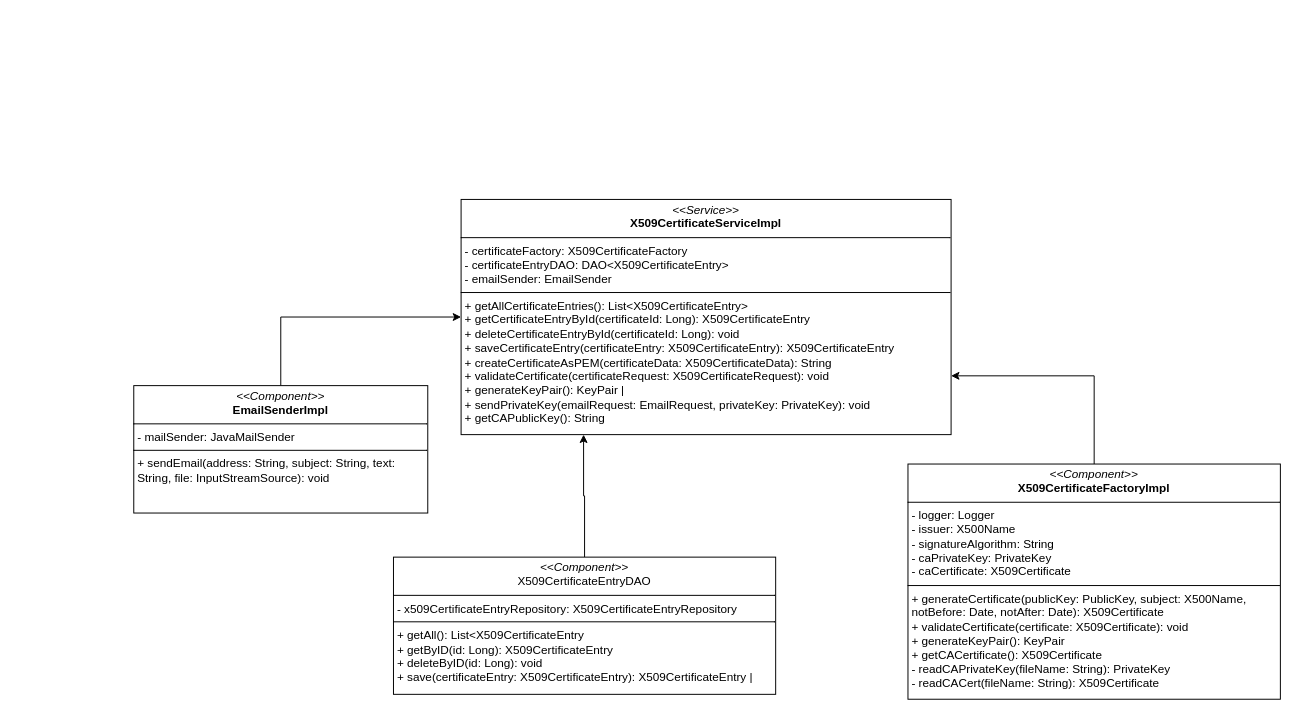
jamestesting0/certification-authority-backend keeps this draw.io diagram as assets/diagrams/certificate_service_uml.drawio. Above is the earlier version. Source tidied: cells renumbered, new cells numbered last; positions are measured from the earlier drawing's top-left corner, leaving out a move shared by most shapes. Both pictures are drawn from the tidied source at 98%, with x=0, y=0 at pixel (133, 199).
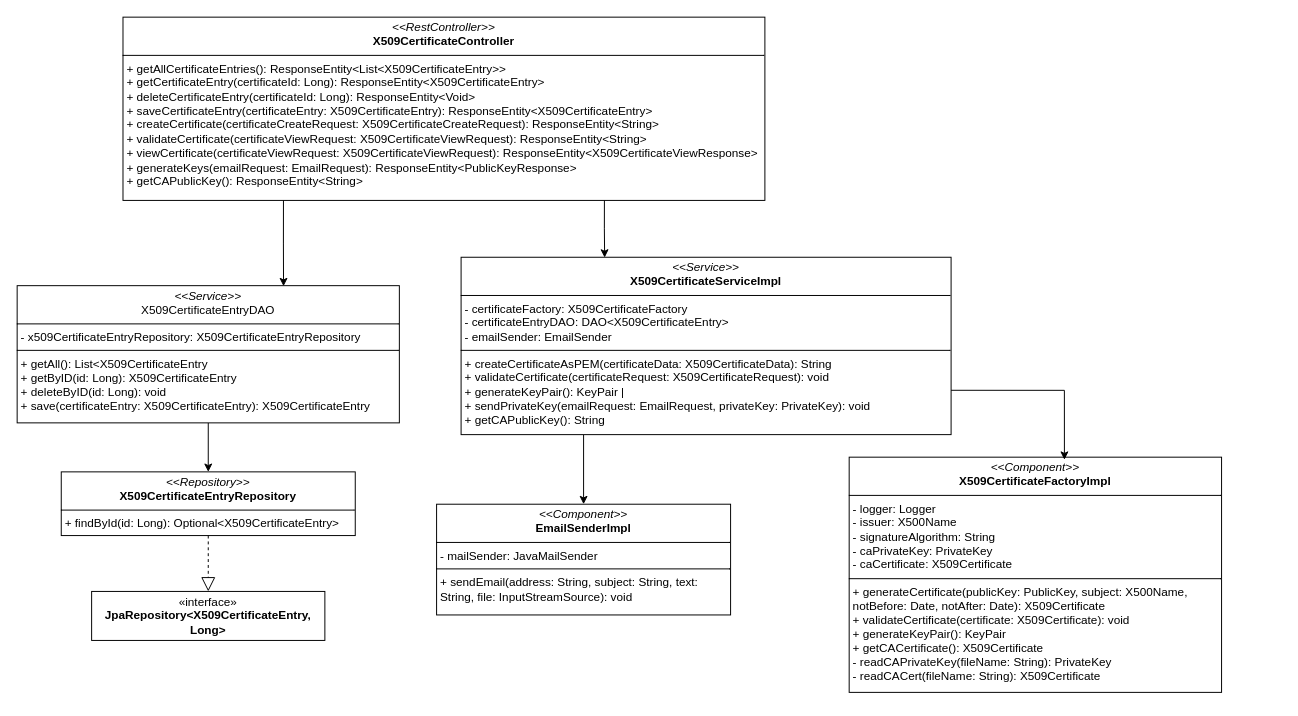
The same diagram, later.

Commit message (it also covers changes not shown here):
make X509CertificateEntryDAO as an independent service instead of a component of X509CertificateService

What changed in the source:
```diff
@@
 <mxGraphModel>
   <root>
     <mxCell id="0" />
     <mxCell id="1" parent="0" />
+    <mxCell id="9" style="edgeStyle=orthogonalEdgeStyle;rounded=0;jettySize=auto;html=1;exitX=0.25;exitY=1;exitDx=0;exitDy=0;entryX=0.5;entryY=0;entryDx=0;entryDy=0;" parent="1" edge="1" source="2" target="6">
+      <mxGeometry relative="1" as="geometry" />
+    </mxCell>
-    <mxCell id="2" value="&lt;p style=&quot;margin:0px;margin-top:4px;text-align:center;&quot;&gt;&lt;i&gt;&amp;lt;&amp;lt;Service&amp;gt;&amp;gt;&lt;/i&gt;&lt;br&gt;&lt;b&gt;X509CertificateServiceImpl&lt;/b&gt;&lt;/p&gt;&lt;hr size=&quot;1&quot; style=&quot;border-style:solid;&quot;&gt;&lt;p style=&quot;margin:0px;margin-left:4px;&quot;&gt;- certificateFactory: X509CertificateFactory&lt;br&gt;- certificateEntryDAO: DAO&amp;lt;X509CertificateEntry&amp;gt;&lt;br&gt;&lt;/p&gt;&lt;p style=&quot;margin:0px;margin-left:4px;&quot;&gt;- emailSender: EmailSender&amp;nbsp;&lt;br&gt;&lt;/p&gt;&lt;hr size=&quot;1&quot; style=&quot;border-style:solid;&quot;&gt;&lt;p style=&quot;margin:0px;margin-left:4px;&quot;&gt;+ getAllCertificateEntries(): List&amp;lt;X509CertificateEntry&amp;gt;&lt;br&gt;+ getCertificateEntryById(certificateId: Long): X509CertificateEntry&lt;br&gt;+ deleteCertificateEntryById(certificateId: Long): void&lt;br&gt;+ saveCertificateEntry(certificateEntry: X509CertificateEntry): X509CertificateEntry&lt;br&gt;+ createCertificateAsPEM(certificateData: X509CertificateData): String&lt;br&gt;+ validateCertificate(certificateRequest: X509CertificateRequest): void&lt;br&gt;+ generateKeyPair(): KeyPair |&lt;br&gt;+ sendPrivateKey(emailRequest: EmailRequest, privateKey: PrivateKey): void&lt;br&gt;+ getCAPublicKey(): String&lt;br&gt;&lt;/p&gt;" style="verticalAlign=top;align=left;overflow=fill;html=1;whiteSpace=wrap;" parent="1" vertex="1">
-      <mxGeometry x="334" width="500" height="240" as="geometry" />
+    <mxCell id="2" value="&lt;p style=&quot;margin:0px;margin-top:4px;text-align:center;&quot;&gt;&lt;i&gt;&amp;lt;&amp;lt;Service&amp;gt;&amp;gt;&lt;/i&gt;&lt;br&gt;&lt;b&gt;X509CertificateServiceImpl&lt;/b&gt;&lt;/p&gt;&lt;hr size=&quot;1&quot; style=&quot;border-style:solid;&quot;&gt;&lt;p style=&quot;margin:0px;margin-left:4px;&quot;&gt;- certificateFactory: X509CertificateFactory&lt;br&gt;- certificateEntryDAO: DAO&amp;lt;X509CertificateEntry&amp;gt;&lt;br&gt;&lt;/p&gt;&lt;p style=&quot;margin:0px;margin-left:4px;&quot;&gt;- emailSender: EmailSender&amp;nbsp;&lt;br&gt;&lt;/p&gt;&lt;hr size=&quot;1&quot; style=&quot;border-style:solid;&quot;&gt;&lt;p style=&quot;margin:0px;margin-left:4px;&quot;&gt;+ createCertificateAsPEM(certificateData: X509CertificateData): String&lt;br&gt;+ validateCertificate(certificateRequest: X509CertificateRequest): void&lt;br&gt;+ generateKeyPair(): KeyPair |&lt;br&gt;+ sendPrivateKey(emailRequest: EmailRequest, privateKey: PrivateKey): void&lt;br&gt;+ getCAPublicKey(): String&lt;br&gt;&lt;/p&gt;" style="verticalAlign=top;align=left;overflow=fill;html=1;whiteSpace=wrap;" parent="1" vertex="1">
+      <mxGeometry x="334" y="59" width="500" height="181" as="geometry" />
     </mxCell>
-    <mxCell id="3" style="edgeStyle=orthogonalEdgeStyle;rounded=0;jettySize=auto;html=1;exitX=0.5;exitY=0;exitDx=0;exitDy=0;entryX=1;entryY=0.75;entryDx=0;entryDy=0;" parent="1" edge="1" source="4" target="2">
-      <mxGeometry relative="1" as="geometry" />
-    </mxCell>
     <mxCell id="4" value="&lt;p style=&quot;margin:0px;margin-top:4px;text-align:center;&quot;&gt;&lt;i&gt;&amp;lt;&amp;lt;Component&amp;gt;&amp;gt;&lt;/i&gt;&lt;br&gt;&lt;b&gt;X509CertificateFactoryImpl&lt;/b&gt;&lt;/p&gt;&lt;hr size=&quot;1&quot; style=&quot;border-style:solid;&quot;&gt;&lt;p style=&quot;margin:0px;margin-left:4px;&quot;&gt;- logger: Logger&lt;/p&gt;&lt;p style=&quot;margin:0px;margin-left:4px;&quot;&gt;- issuer: X500Name&lt;/p&gt;&lt;p style=&quot;margin:0px;margin-left:4px;&quot;&gt;- signatureAlgorithm: String&lt;/p&gt;&lt;p style=&quot;margin:0px;margin-left:4px;&quot;&gt;- caPrivateKey: PrivateKey&lt;/p&gt;&lt;p style=&quot;margin:0px;margin-left:4px;&quot;&gt;- caCertificate: X509Certificate&lt;br&gt;&lt;/p&gt;&lt;hr size=&quot;1&quot; style=&quot;border-style:solid;&quot;&gt;&lt;p style=&quot;margin:0px;margin-left:4px;&quot;&gt;+ generateCertificate(publicKey: PublicKey, subject: X500Name, notBefore: Date, notAfter: Date): X509Certificate&lt;br&gt;+ validateCertificate(certificate: X509Certificate): void&lt;br&gt;+ generateKeyPair(): KeyPair&lt;br&gt;+ getCACertificate(): X509Certificate&lt;br&gt;- readCAPrivateKey(fileName: String): PrivateKey&lt;br&gt;- readCACert(fileName: String): X509Certificate&amp;nbsp;&lt;br&gt;&lt;/p&gt;" style="verticalAlign=top;align=left;overflow=fill;html=1;whiteSpace=wrap;" parent="1" vertex="1">
-      <mxGeometry x="790" y="270" width="380" height="240" as="geometry" />
+      <mxGeometry x="730" y="263" width="380" height="240" as="geometry" />
     </mxCell>
-    <mxCell id="5" style="edgeStyle=orthogonalEdgeStyle;rounded=0;jettySize=auto;html=1;exitX=0.5;exitY=0;exitDx=0;exitDy=0;entryX=0;entryY=0.5;entryDx=0;entryDy=0;" parent="1" edge="1" source="6" target="2">
-      <mxGeometry relative="1" as="geometry" />
-    </mxCell>
     <mxCell id="6" value="&lt;p style=&quot;margin:0px;margin-top:4px;text-align:center;&quot;&gt;&lt;i&gt;&amp;lt;&amp;lt;Component&amp;gt;&amp;gt;&lt;/i&gt;&lt;br&gt;&lt;b&gt;EmailSenderImpl&lt;/b&gt;&lt;/p&gt;&lt;hr size=&quot;1&quot; style=&quot;border-style:solid;&quot;&gt;&lt;p style=&quot;margin:0px;margin-left:4px;&quot;&gt;- mailSender: JavaMailSender&amp;nbsp;&amp;nbsp;&lt;/p&gt;&lt;hr size=&quot;1&quot; style=&quot;border-style:solid;&quot;&gt;&lt;p style=&quot;margin:0px;margin-left:4px;&quot;&gt;+ sendEmail(address: String, subject: String, text: String, file: InputStreamSource): void&lt;br&gt;&lt;/p&gt;" style="verticalAlign=top;align=left;overflow=fill;html=1;whiteSpace=wrap;" parent="1" vertex="1">
-      <mxGeometry y="190" width="300" height="130" as="geometry" />
+      <mxGeometry x="309" y="311" width="300" height="113" as="geometry" />
     </mxCell>
-    <mxCell id="7" style="edgeStyle=orthogonalEdgeStyle;rounded=0;jettySize=auto;html=1;exitX=0.5;exitY=0;exitDx=0;exitDy=0;entryX=0.25;entryY=1;entryDx=0;entryDy=0;" parent="1" edge="1" source="8" target="2">
-      <mxGeometry relative="1" as="geometry" />
-    </mxCell>
+    <mxCell id="10" style="edgeStyle=orthogonalEdgeStyle;rounded=0;jettySize=auto;html=1;exitX=0.5;exitY=1;exitDx=0;exitDy=0;entryX=0.5;entryY=0;entryDx=0;entryDy=0;" parent="1" edge="1" source="8" target="12">
+      <mxGeometry relative="1" as="geometry" />
+    </mxCell>
-    <mxCell id="8" value="&lt;p style=&quot;margin:0px;margin-top:4px;text-align:center;&quot;&gt;&lt;i&gt;&amp;lt;&amp;lt;Component&amp;gt;&amp;gt;&lt;/i&gt;&lt;br&gt;X509CertificateEntryDAO&lt;br&gt;&lt;/p&gt;&lt;hr size=&quot;1&quot; style=&quot;border-style:solid;&quot;&gt;&lt;p style=&quot;margin:0px;margin-left:4px;&quot;&gt;- x509CertificateEntryRepository: X509CertificateEntryRepository&lt;br&gt;&lt;/p&gt;&lt;hr size=&quot;1&quot; style=&quot;border-style:solid;&quot;&gt;&lt;p style=&quot;margin:0px;margin-left:4px;&quot;&gt;+ getAll(): List&amp;lt;X509CertificateEntry&lt;/p&gt;&lt;p style=&quot;margin:0px;margin-left:4px;&quot;&gt;+ getByID(id: Long): X509CertificateEntry&lt;/p&gt;&lt;p style=&quot;margin:0px;margin-left:4px;&quot;&gt;+ deleteByID(id: Long): void&lt;/p&gt;&lt;p style=&quot;margin:0px;margin-left:4px;&quot;&gt;+ save(certificateEntry: X509CertificateEntry): X509CertificateEntry |&lt;br&gt;&lt;/p&gt;" style="verticalAlign=top;align=left;overflow=fill;html=1;whiteSpace=wrap;" parent="1" vertex="1">
-      <mxGeometry x="265" y="365" width="390" height="140" as="geometry" />
+    <mxCell id="8" value="&lt;p style=&quot;margin:0px;margin-top:4px;text-align:center;&quot;&gt;&lt;i&gt;&amp;lt;&amp;lt;Service&amp;gt;&amp;gt;&lt;/i&gt;&lt;br&gt;X509CertificateEntryDAO&lt;br&gt;&lt;/p&gt;&lt;hr size=&quot;1&quot; style=&quot;border-style:solid;&quot;&gt;&lt;p style=&quot;margin:0px;margin-left:4px;&quot;&gt;- x509CertificateEntryRepository: X509CertificateEntryRepository&lt;br&gt;&lt;/p&gt;&lt;hr size=&quot;1&quot; style=&quot;border-style:solid;&quot;&gt;&lt;p style=&quot;margin:0px;margin-left:4px;&quot;&gt;+ getAll(): List&amp;lt;X509CertificateEntry&lt;/p&gt;&lt;p style=&quot;margin:0px;margin-left:4px;&quot;&gt;+ getByID(id: Long): X509CertificateEntry&lt;/p&gt;&lt;p style=&quot;margin:0px;margin-left:4px;&quot;&gt;+ deleteByID(id: Long): void&lt;/p&gt;&lt;p style=&quot;margin:0px;margin-left:4px;&quot;&gt;+ save(certificateEntry: X509CertificateEntry): X509CertificateEntry&lt;br&gt;&lt;/p&gt;" style="verticalAlign=top;align=left;overflow=fill;html=1;whiteSpace=wrap;" parent="1" vertex="1">
+      <mxGeometry x="-119" y="88" width="390" height="140" as="geometry" />
     </mxCell>
+    <mxCell id="11" style="edgeStyle=orthogonalEdgeStyle;rounded=0;jettySize=auto;html=1;exitX=1;exitY=0.75;exitDx=0;exitDy=0;entryX=0.578;entryY=0.011;entryDx=0;entryDy=0;entryPerimeter=0;" parent="1" edge="1" source="2" target="4">
+      <mxGeometry relative="1" as="geometry" />
+    </mxCell>
+    <mxCell id="12" value="&lt;p style=&quot;margin:0px;margin-top:4px;text-align:center;&quot;&gt;&lt;i&gt;&amp;lt;&amp;lt;Repository&amp;gt;&amp;gt;&lt;/i&gt;&lt;br&gt;&lt;b&gt;X509CertificateEntryRepository&lt;/b&gt;&lt;/p&gt;&lt;hr size=&quot;1&quot; style=&quot;border-style:solid;&quot;&gt;&lt;p style=&quot;margin:0px;margin-left:4px;&quot;&gt;&lt;span class=&quot;hljs-operator&quot;&gt;+&lt;/span&gt; findById(id: Long): Optional&lt;span class=&quot;hljs-operator&quot;&gt;&amp;lt;&lt;/span&gt;X509CertificateEntry&lt;span class=&quot;hljs-operator&quot;&gt;&amp;gt;&lt;/span&gt;&lt;br&gt;&lt;/p&gt;" style="verticalAlign=top;align=left;overflow=fill;html=1;whiteSpace=wrap;" parent="1" vertex="1">
+      <mxGeometry x="-74" y="278" width="300" height="65" as="geometry" />
+    </mxCell>
+    <mxCell id="13" style="endArrow=block;dashed=1;endFill=0;endSize=12;html=1;rounded=0;exitX=0.5;exitY=1;exitDx=0;exitDy=0;entryX=0.5;entryY=0;entryDx=0;entryDy=0;" parent="1" edge="1" source="12" target="14">
+      <mxGeometry relative="1" as="geometry" />
+    </mxCell>
+    <mxCell id="14" value="«interface»&lt;br&gt;&lt;b&gt;JpaRepository&amp;lt;X509CertificateEntry, Long&amp;gt;&lt;/b&gt;" style="html=1;whiteSpace=wrap;" parent="1" vertex="1">
+      <mxGeometry x="-43" y="400" width="238" height="50" as="geometry" />
+    </mxCell>
+    <mxCell id="15" value="&lt;p style=&quot;margin:0px;margin-top:4px;text-align:center;&quot;&gt;&lt;i&gt;&amp;lt;&amp;lt;RestController&amp;gt;&amp;gt;&lt;/i&gt;&lt;br&gt;&lt;b&gt;X509CertificateController&lt;/b&gt;&lt;/p&gt;&lt;hr size=&quot;1&quot; style=&quot;border-style:solid;&quot;&gt;&lt;p style=&quot;margin:0px;margin-left:4px;&quot;&gt;+ getAllCertificateEntries(): ResponseEntity&amp;lt;List&lt;span class=&quot;hljs-tag&quot;&gt;&amp;lt;&lt;span class=&quot;hljs-name&quot;&gt;X509CertificateEntry&lt;/span&gt;&amp;gt;&lt;/span&gt;&amp;gt;&lt;br&gt;+ getCertificateEntry(certificateId: Long): ResponseEntity&lt;span class=&quot;hljs-tag&quot;&gt;&amp;lt;&lt;span class=&quot;hljs-name&quot;&gt;X509CertificateEntry&lt;/span&gt;&amp;gt;&lt;/span&gt;&lt;br&gt;+ deleteCertificateEntry(certificateId: Long): ResponseEntity&lt;span class=&quot;hljs-tag&quot;&gt;&amp;lt;&lt;span class=&quot;hljs-name&quot;&gt;Void&lt;/span&gt;&amp;gt;&lt;/span&gt;&lt;br&gt;+ saveCertificateEntry(certificateEntry: X509CertificateEntry): ResponseEntity&lt;span class=&quot;hljs-tag&quot;&gt;&amp;lt;&lt;span class=&quot;hljs-name&quot;&gt;X509CertificateEntry&lt;/span&gt;&amp;gt;&lt;/span&gt;&lt;br&gt;+ createCertificate(certificateCreateRequest: X509CertificateCreateRequest): ResponseEntity&lt;span class=&quot;hljs-tag&quot;&gt;&amp;lt;&lt;span class=&quot;hljs-name&quot;&gt;String&lt;/span&gt;&amp;gt;&lt;/span&gt;&lt;br&gt;+ validateCertificate(certificateViewRequest: X509CertificateViewRequest): ResponseEntity&lt;span class=&quot;hljs-tag&quot;&gt;&amp;lt;&lt;span class=&quot;hljs-name&quot;&gt;String&lt;/span&gt;&amp;gt;&lt;/span&gt;&lt;br&gt;+ viewCertificate(certificateViewRequest: X509CertificateViewRequest): ResponseEntity&lt;span class=&quot;hljs-tag&quot;&gt;&amp;lt;&lt;span class=&quot;hljs-name&quot;&gt;X509CertificateViewResponse&lt;/span&gt;&amp;gt;&lt;/span&gt;&lt;br&gt;+ generateKeys(emailRequest: EmailRequest): ResponseEntity&lt;span class=&quot;hljs-tag&quot;&gt;&amp;lt;&lt;span class=&quot;hljs-name&quot;&gt;PublicKeyResponse&lt;/span&gt;&amp;gt;&lt;/span&gt;&lt;br&gt;+ getCAPublicKey(): ResponseEntity&lt;span class=&quot;hljs-tag&quot;&gt;&amp;lt;&lt;span class=&quot;hljs-name&quot;&gt;String&lt;/span&gt;&amp;gt;&lt;/span&gt;&lt;br&gt;&lt;/p&gt;" style="verticalAlign=top;align=left;overflow=fill;html=1;whiteSpace=wrap;" parent="1" vertex="1">
+      <mxGeometry x="-11" y="-186" width="655" height="187" as="geometry" />
+    </mxCell>
+    <mxCell id="16" style="edgeStyle=orthogonalEdgeStyle;rounded=0;jettySize=auto;html=1;exitX=0.75;exitY=1;exitDx=0;exitDy=0;entryX=0.293;entryY=0.002;entryDx=0;entryDy=0;entryPerimeter=0;" parent="1" edge="1" source="15" target="2">
+      <mxGeometry relative="1" as="geometry" />
+    </mxCell>
+    <mxCell id="17" style="edgeStyle=orthogonalEdgeStyle;rounded=0;jettySize=auto;html=1;exitX=0.25;exitY=1;exitDx=0;exitDy=0;entryX=0.697;entryY=0.004;entryDx=0;entryDy=0;entryPerimeter=0;" parent="1" edge="1" source="15" target="8">
+      <mxGeometry relative="1" as="geometry" />
+    </mxCell>
   </root>
 </mxGraphModel>
```
